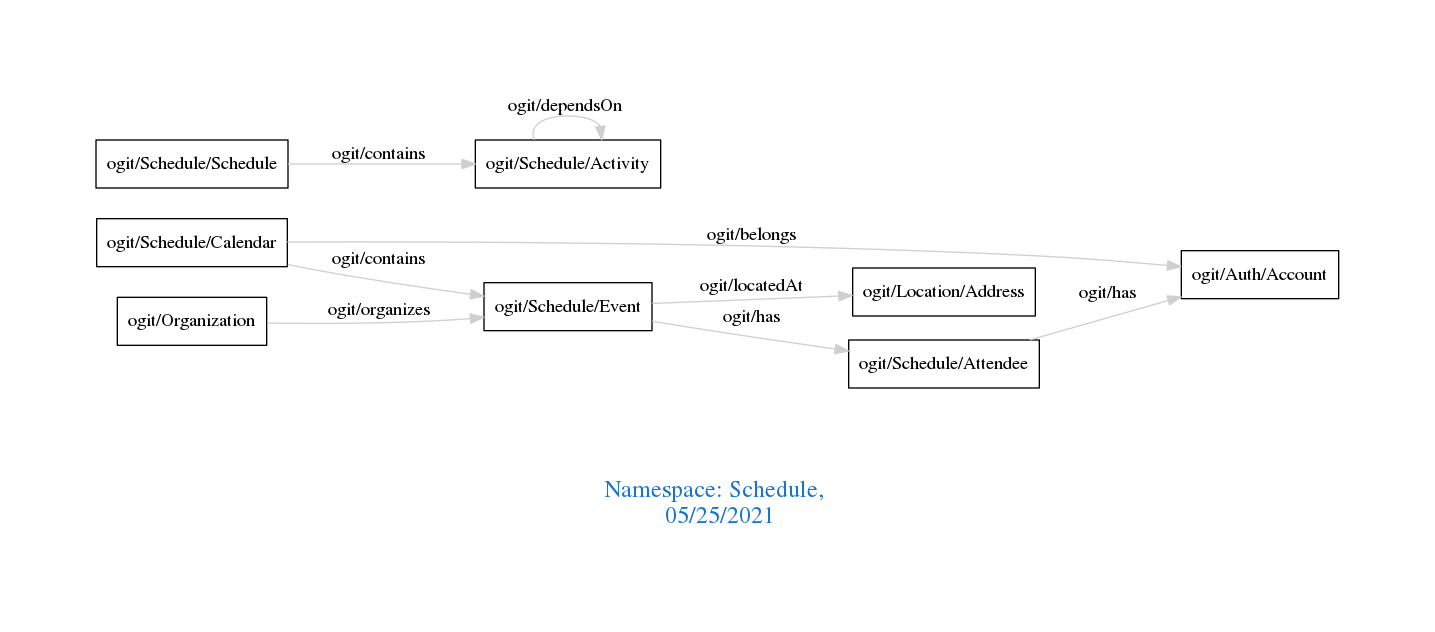
Above: downloads/Schedule.png in arago/OGIT (Graphviz), before the change. Its source is kept beside it as downloads/Schedule.dot.
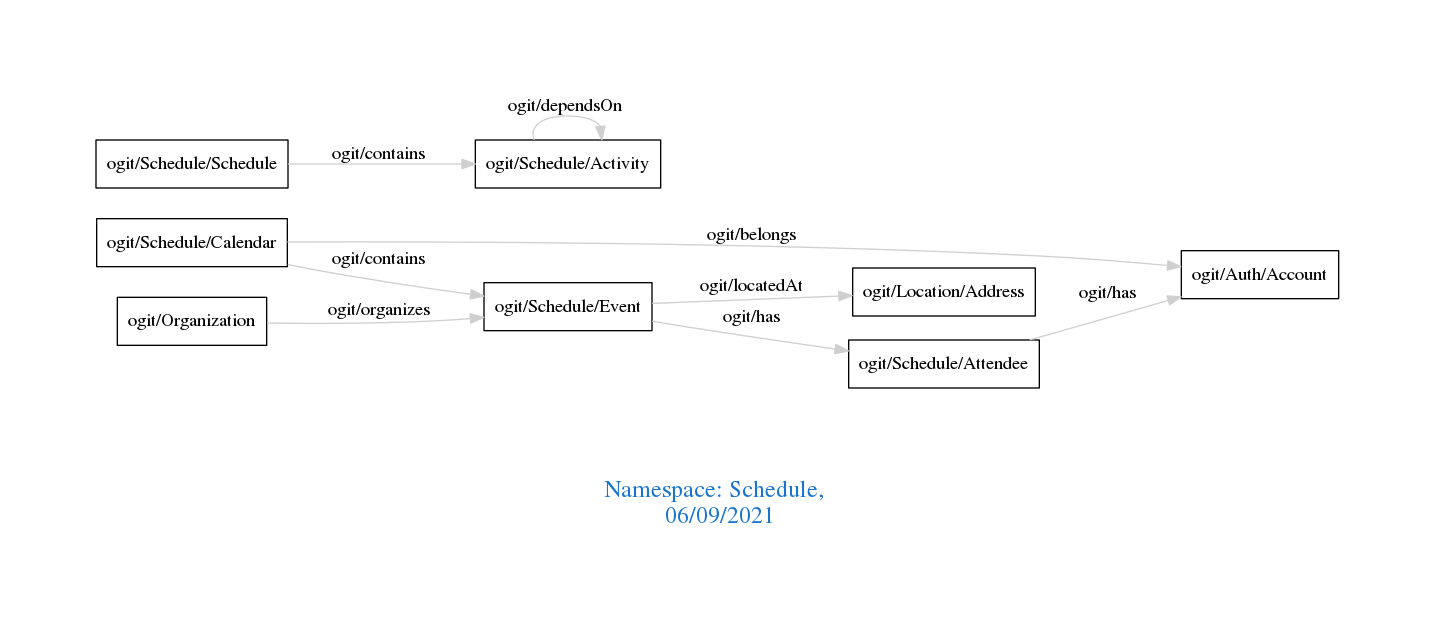
After the change.

Diff of the diagram source:
```diff
@@ -1,7 +1,7 @@
 digraph OGIT_ontology {
  graph [ rankdir= LR,pad=1
 fontsize = 18,
-fontcolor= dodgerblue3,label = "\n\n\nNamespace: Schedule, \n 05/25/2021"];
+fontcolor= dodgerblue3,label = "\n\n\nNamespace: Schedule, \n 06/09/2021"];
 node[shape=polygon];
 edge [  color="gray81"];
 
```
